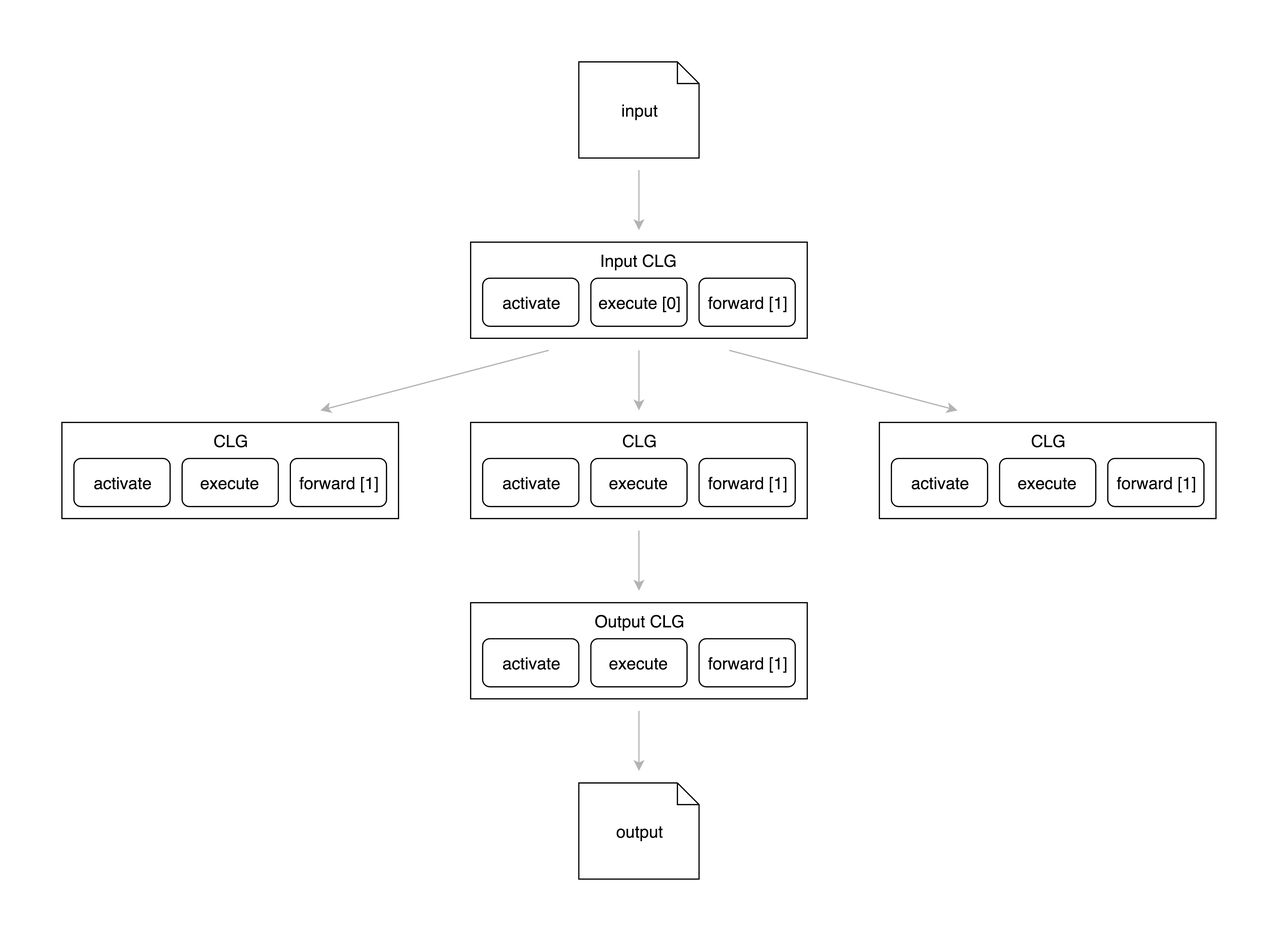
This is doc/concept/image/connection_creation.png from the-anna-project/annad, a draw.io export, as it was before one commit. Source tidied: cells renumbered, new cells last; positions are measured from the earlier drawing's top-left corner, leaving out a move shared by most shapes.
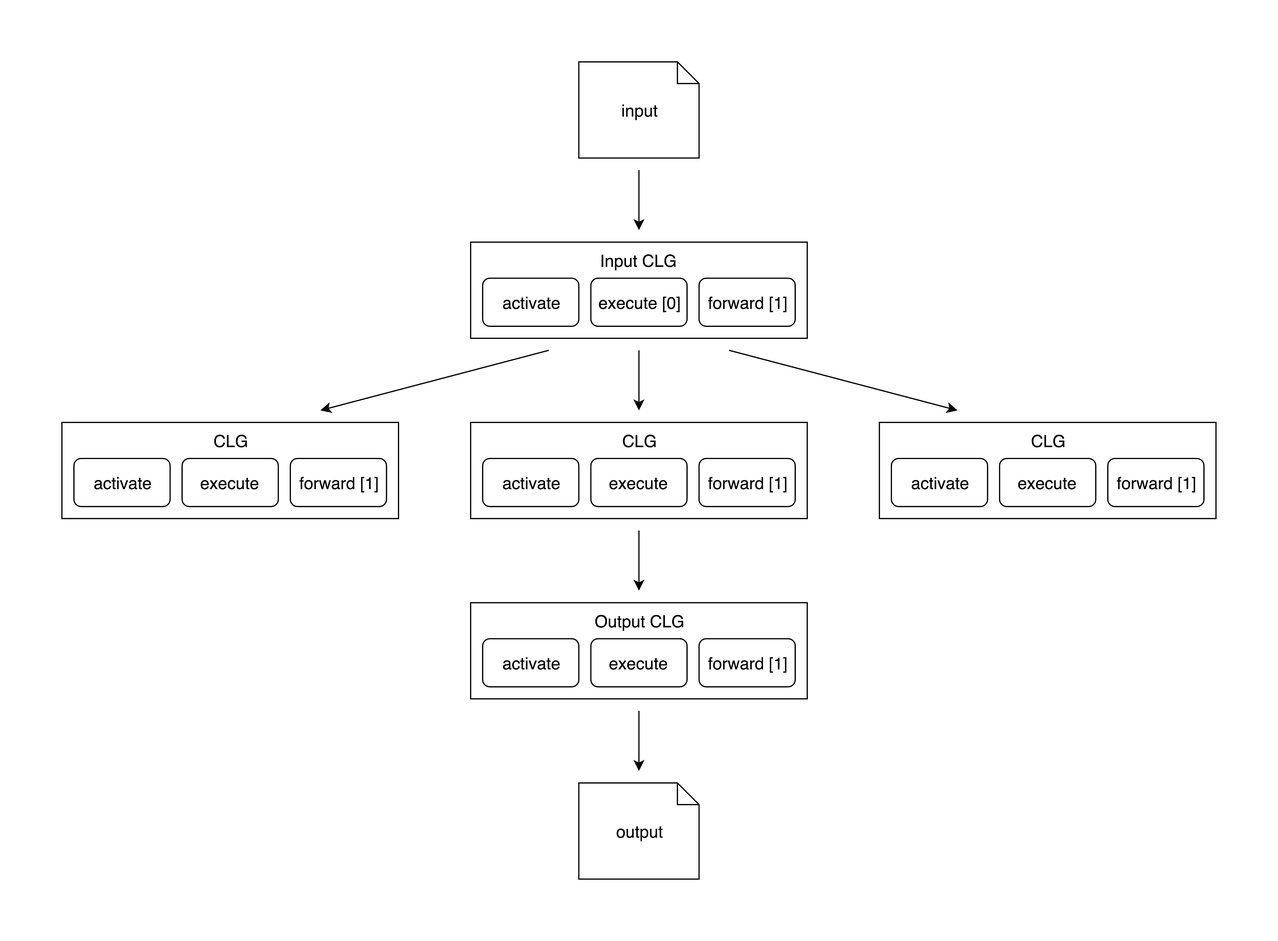
Above is the later version.

Commit message:
improved documentation about connection creation

The edit, as a diff of the source:
```diff
@@ -74,16 +74,16 @@
     <mxCell id="25" value="forward [1]" style="rounded=1;whiteSpace=wrap;html=1;shadow=0;glass=0;comic=0;strokeColor=#000000;strokeWidth=1;fillColor=none;gradientColor=none;fontSize=14;" parent="1" vertex="1">
       <mxGeometry x="580" y="380" width="80" height="40" as="geometry" />
     </mxCell>
-    <mxCell id="26" style="endArrow=classic;html=1;shadow=0;strokeColor=#B3B3B3;exitX=0.5;exitY=1;entryX=0.5;entryY=0;fontSize=14;" parent="1" edge="1" source="3" target="4">
+    <mxCell id="26" style="endArrow=classic;html=1;shadow=0;strokeColor=#000000;exitX=0.5;exitY=1;entryX=0.5;entryY=0;fontSize=14;" parent="1" edge="1" source="3" target="4">
       <mxGeometry relative="1" as="geometry" />
     </mxCell>
-    <mxCell id="27" style="endArrow=classic;html=1;shadow=0;strokeColor=#B3B3B3;exitX=0.25;exitY=1;entryX=0.75;entryY=0;fontSize=14;" parent="1" edge="1" source="4" target="5">
+    <mxCell id="27" style="endArrow=classic;html=1;shadow=0;strokeColor=#000000;exitX=0.25;exitY=1;entryX=0.75;entryY=0;fontSize=14;" parent="1" edge="1" source="4" target="5">
       <mxGeometry x="20" y="590" as="geometry" />
     </mxCell>
-    <mxCell id="28" style="endArrow=classic;html=1;shadow=0;strokeColor=#B3B3B3;exitX=0.5;exitY=1;entryX=0.5;entryY=0;fontSize=14;" parent="1" edge="1" source="4" target="6">
+    <mxCell id="28" style="endArrow=classic;html=1;shadow=0;strokeColor=#000000;exitX=0.5;exitY=1;entryX=0.5;entryY=0;fontSize=14;" parent="1" edge="1" source="4" target="6">
       <mxGeometry x="260" y="560" as="geometry" />
     </mxCell>
-    <mxCell id="29" style="endArrow=classic;html=1;shadow=0;strokeColor=#B3B3B3;exitX=0.75;exitY=1;entryX=0.25;entryY=0;fontSize=14;" parent="1" edge="1" source="4" target="7">
+    <mxCell id="29" style="endArrow=classic;html=1;shadow=0;strokeColor=#000000;exitX=0.75;exitY=1;entryX=0.25;entryY=0;fontSize=14;" parent="1" edge="1" source="4" target="7">
       <mxGeometry x="630" y="530" as="geometry" />
     </mxCell>
     <mxCell id="30" value="Output CLG" style="rounded=0;whiteSpace=wrap;html=1;shadow=0;glass=0;comic=0;strokeColor=#000000;strokeWidth=1;fillColor=none;gradientColor=none;verticalAlign=top;fontSize=14;" parent="1" vertex="1">
@@ -98,7 +98,7 @@
     <mxCell id="33" value="forward [1]" style="rounded=1;whiteSpace=wrap;html=1;shadow=0;glass=0;comic=0;strokeColor=#000000;strokeWidth=1;fillColor=none;gradientColor=none;fontSize=14;" parent="1" vertex="1">
       <mxGeometry x="580" y="530" width="80" height="40" as="geometry" />
     </mxCell>
-    <mxCell id="34" style="endArrow=classic;html=1;shadow=0;strokeColor=#B3B3B3;exitX=0.5;exitY=1;entryX=0.5;entryY=0;fontSize=14;" parent="1" edge="1" source="6" target="8">
+    <mxCell id="34" style="endArrow=classic;html=1;shadow=0;strokeColor=#000000;exitX=0.5;exitY=1;entryX=0.5;entryY=0;fontSize=14;" parent="1" edge="1" source="6" target="8">
       <mxGeometry x="-360" y="750" as="geometry" />
     </mxCell>
     <mxCell id="35" style="whiteSpace=wrap;html=1;rounded=0;shadow=0;glass=0;comic=0;strokeColor=none;strokeWidth=1;fillColor=none;gradientColor=none;fontSize=14;" parent="1" vertex="1">
@@ -107,7 +107,7 @@
     <mxCell id="36" value="output" style="shape=note;whiteSpace=wrap;html=1;rounded=0;shadow=0;glass=0;comic=0;strokeColor=#000000;strokeWidth=1;fillColor=none;gradientColor=none;size=18;fontSize=14;" parent="1" vertex="1">
       <mxGeometry x="480" y="650" width="100" height="80" as="geometry" />
     </mxCell>
-    <mxCell id="37" style="endArrow=classic;html=1;shadow=0;strokeColor=#B3B3B3;exitX=0.5;exitY=1;entryX=0.5;entryY=0;fontSize=14;" parent="1" edge="1" source="8" target="35">
+    <mxCell id="37" style="endArrow=classic;html=1;shadow=0;strokeColor=#000000;exitX=0.5;exitY=1;entryX=0.5;entryY=0;fontSize=14;" parent="1" edge="1" source="8" target="35">
       <mxGeometry x="769.9" y="740" as="geometry" />
     </mxCell>
   </root>
```
